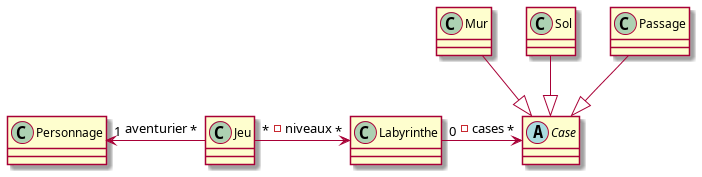
Alex-Michelet/2021_COO_Zeldiablo_Cordurie_Sacquard_Michelet_Kone_Becker keeps this PlantUML diagram as documents/version_1/umlClasses.png. Above is the earlier version.
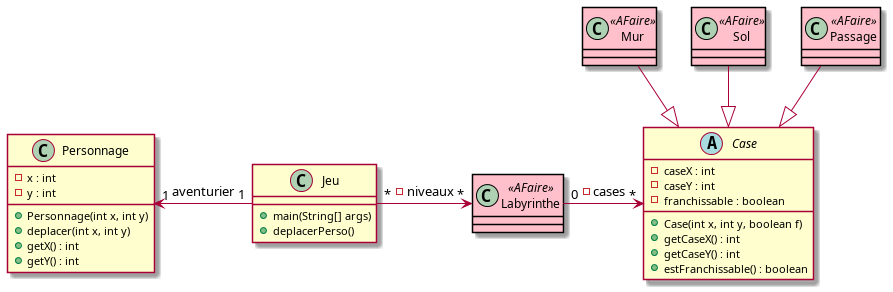
The same file after the commit.

Commit message:
modif UML v1

What changed in the source:
```diff
@@ -1,18 +1,41 @@
 @startuml
 
-class Jeu{}
+skinparam class{
+  BackgroundColor<<AFaire>> Pink
+  BorderColor<<AFaire>> Black
+}
 
-class Personnage{}
+class Jeu{
++ main(String[] args)
++ deplacerPerso()
+}
 
-abstract class Case{}
+class Personnage{
+- x : int
+- y : int
++ Personnage(int x, int y)
++ deplacer(int x, int y)
++ getX() : int
++ getY() : int
+}
 
-class Labyrinthe{}
+abstract class Case{
+- caseX : int
+- caseY : int
+- franchissable : boolean
++ Case(int x, int y, boolean f)
++ getCaseX() : int
++ getCaseY() : int
++ estFranchissable() : boolean
+}
 
-class Mur{}
+class Labyrinthe <<AFaire>>{}
 
-class Sol{}
+class Mur <<AFaire>> {}
 
-class Passage{}
+class Sol <<AFaire>>{}
+
+class Passage <<AFaire>>{}
 
 Labyrinthe "0" -> "*" Case : -cases
 
@@ -20,7 +43,7 @@
 Sol --|> Case
 Passage --|> Case
 
-Jeu "*" -left> "1" Personnage : -aventurier
+Jeu "1" -left> "1" Personnage : -aventurier
 Jeu "*" -> "*" Labyrinthe : -niveaux
 
 @enduml
```
